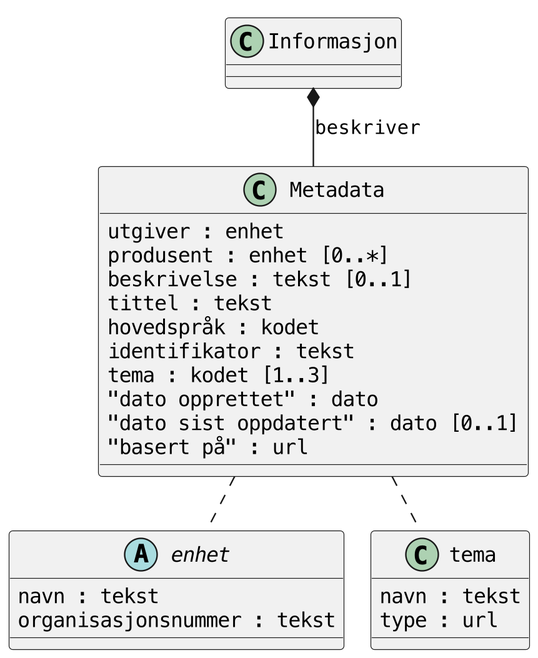
Above: veileder.png in rockphotog/hida (PlantUML), before the change. Its source is kept beside it as veileder.plantuml.
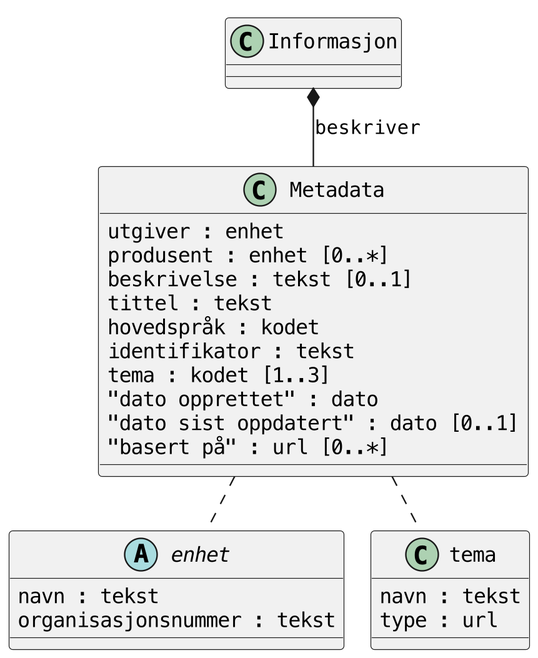
After the change.

What changed in the source:
```diff
@@ -1,5 +1,4 @@
 @startuml
-
 
 class Informasjon
 class Metadata {
@@ -12,7 +11,7 @@
 tema : kodet [1..3]
 "dato opprettet" : dato
 "dato sist oppdatert" : dato [0..1]
-"basert på" : url
+"basert på" : url [0..*]
 }
 
 abstract class enhet {
@@ -29,5 +28,4 @@
 Metadata .. enhet
 Metadata .. tema
 
-
 @enduml
```
